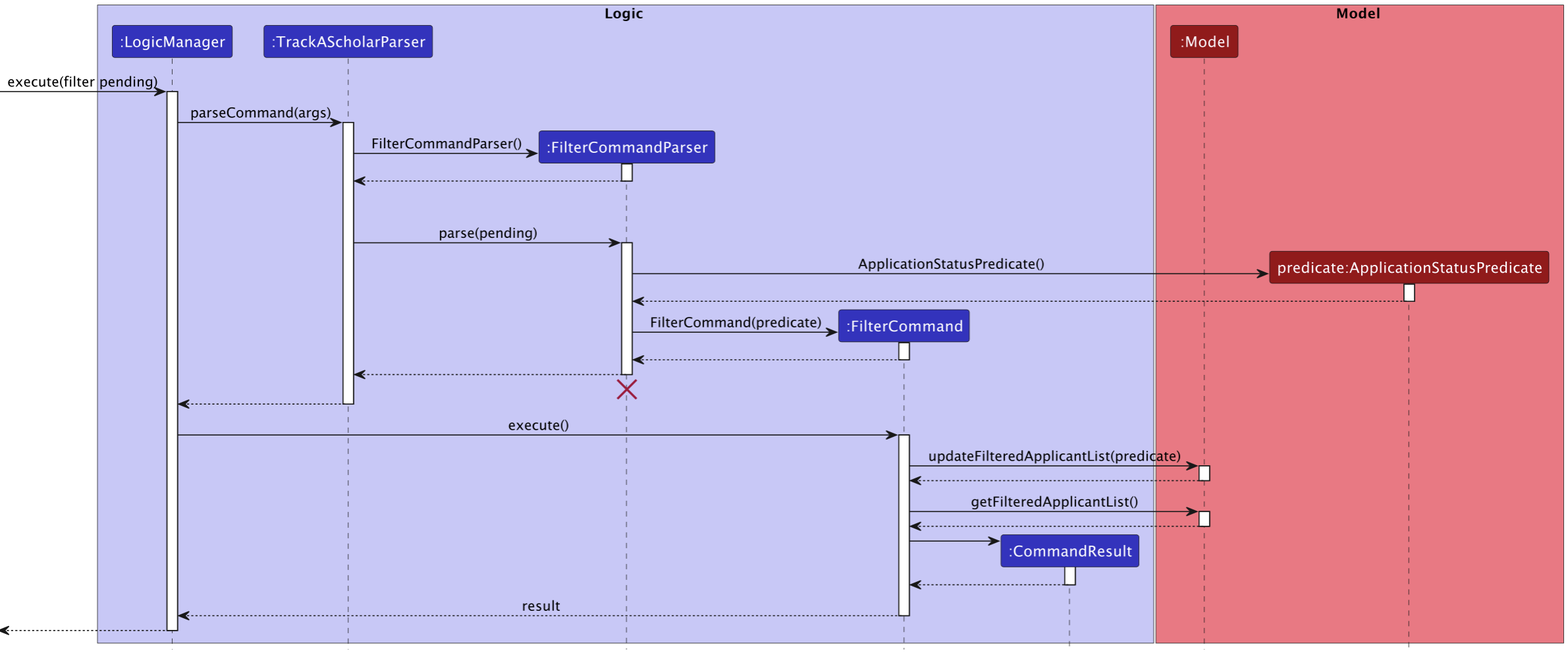
nus-cs2103-AY2223S1/tp keeps this PlantUML diagram as docs/images/FilterSequenceDiagram.png. Above is the earlier version. Its source is kept beside it as docs/diagrams/FilterSequenceDiagram.puml. The source it was exported from:
```plantuml
@startuml
!include style.puml


box Logic LOGIC_COLOR_T1
participant ":LogicManager" as LogicManager LOGIC_COLOR
participant ":TrackAScholarParser" as TrackAScholarParser LOGIC_COLOR
participant ":FilterCommandParser" as FilterCommandParser LOGIC_COLOR

participant ":FilterCommand" as FilterCommand LOGIC_COLOR
participant ":CommandResult" as CommandResult LOGIC_COLOR
end box

box Model MODEL_COLOR_T1
participant ":Model" as Model MODEL_COLOR
participant "predicate:ApplicationStatusPredicate" as ApplicationStatusPredicate MODEL_COLOR
end box

[-> LogicManager : execute(filter pending)
activate LogicManager

LogicManager -> TrackAScholarParser : parseCommand(args)
activate TrackAScholarParser

create FilterCommandParser
TrackAScholarParser -> FilterCommandParser : FilterCommandParser()
activate FilterCommandParser

FilterCommandParser --> TrackAScholarParser
deactivate FilterCommandParser

FilterCommandParser -[hidden]-> TrackAScholarParser: BUFFER_MESSAGE

TrackAScholarParser -> FilterCommandParser : parse(pending)
activate FilterCommandParser

create ApplicationStatusPredicate
FilterCommandParser -> ApplicationStatusPredicate:ApplicationStatusPredicate()
activate ApplicationStatusPredicate

ApplicationStatusPredicate --> FilterCommandParser
deactivate ApplicationStatusPredicate

create FilterCommand
FilterCommandParser -> FilterCommand : FilterCommand(predicate)
activate FilterCommand

FilterCommand --> FilterCommandParser
deactivate FilterCommand

FilterCommandParser --> TrackAScholarParser
deactivate FilterCommandParser
FilterCommandParser -[hidden]-> TrackAScholarParser
destroy FilterCommandParser

TrackAScholarParser --> LogicManager
deactivate TrackAScholarParser

LogicManager -> FilterCommand : execute()
activate FilterCommand

FilterCommand -> Model : updateFilteredApplicantList(predicate)
activate Model

Model --> FilterCommand
deactivate Model

FilterCommand -> Model : getFilteredApplicantList()
activate Model

Model --> FilterCommand
deactivate Model

create CommandResult
FilterCommand -> CommandResult
activate CommandResult

CommandResult --> FilterCommand
deactivate CommandResult

FilterCommand --> LogicManager : result
deactivate FilterCommand

[<--LogicManager
deactivate LogicManager
@enduml
```
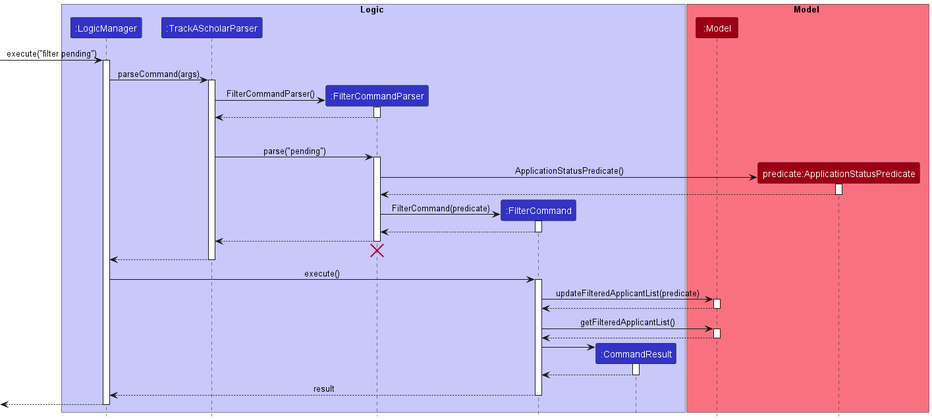
After the commit.

Diff of the diagram source:
```diff
@@ -16,7 +16,7 @@
 participant "predicate:ApplicationStatusPredicate" as ApplicationStatusPredicate MODEL_COLOR
 end box
 
-[-> LogicManager : execute(filter pending)
+[-> LogicManager : execute("filter pending")
 activate LogicManager
 
 LogicManager -> TrackAScholarParser : parseCommand(args)
@@ -31,7 +31,7 @@
 
 FilterCommandParser -[hidden]-> TrackAScholarParser: BUFFER_MESSAGE
 
-TrackAScholarParser -> FilterCommandParser : parse(pending)
+TrackAScholarParser -> FilterCommandParser : parse("pending")
 activate FilterCommandParser
 
 create ApplicationStatusPredicate
```
